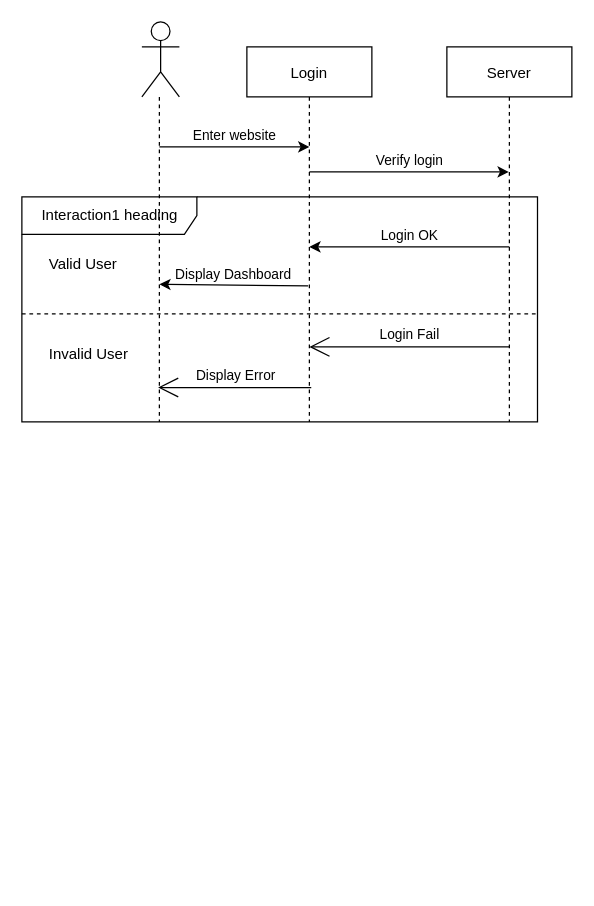
This is Sequence Diagram.drawio from nurulislamz/Django-Paper-Trading-App, a draw.io file, before an edit. Source tidied: cells renumbered, new cells numbered last; positions are measured from the earlier drawing's top-left corner, leaving out a move shared by most shapes. Both pictures are drawn from the tidied source at 125%, with x=0, y=0 at pixel (21, 21).
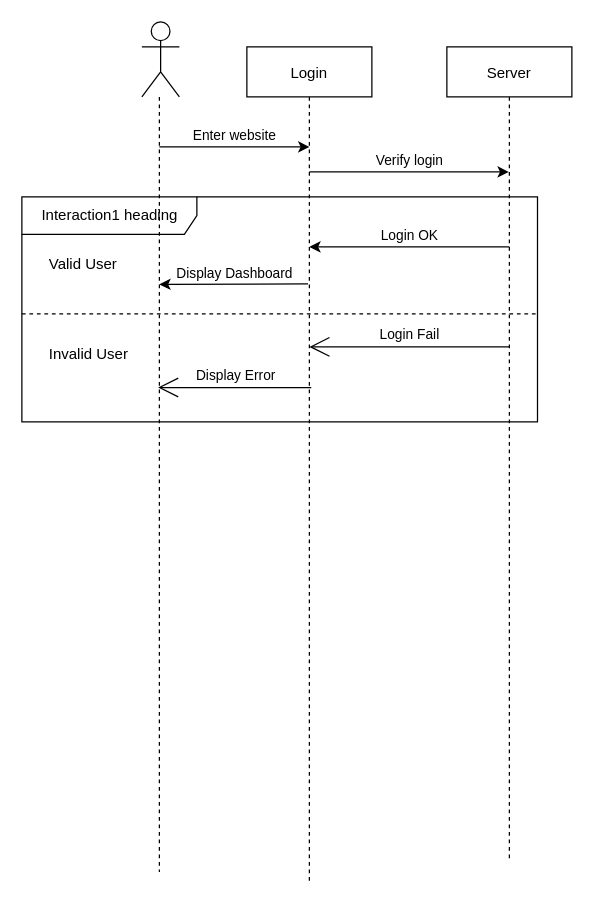
The same page after the edit.

Change to the diagram source:
```diff
@@
     <mxCell id="6" value="Login" style="shape=umlLifeline;perimeter=lifelinePerimeter;rounded=0;shadow=0;strokeWidth=1;" parent="1" vertex="1">
-      <mxGeometry x="180" y="20" width="100" height="300" as="geometry" />
+      <mxGeometry x="180" y="20" width="100" height="670" as="geometry" />
     </mxCell>
     <mxCell id="7" value="Server" style="shape=umlLifeline;perimeter=lifelinePerimeter;rounded=0;shadow=0;strokeWidth=1;" parent="1" vertex="1">
-      <mxGeometry x="340" y="20" width="100" height="300" as="geometry" />
+      <mxGeometry x="340" y="20" width="100" height="650" as="geometry" />
     </mxCell>
@@
     <mxCell id="10" style="endArrow=none;dashed=1;html=1;rounded=0;" parent="1" edge="1">
       <mxGeometry relative="1" as="geometry">
         <mxPoint x="110" y="60" as="sourcePoint" />
-        <mxPoint x="110" y="320" as="targetPoint" />
+        <mxPoint x="110" y="680" as="targetPoint" />
       </mxGeometry>
     </mxCell>
@@
-    <mxCell id="13" value="Display Dashboard" style="endArrow=classic;html=1;rounded=0;labelPosition=center;verticalLabelPosition=top;align=center;verticalAlign=bottom;exitX=0.49;exitY=0.637;exitDx=0;exitDy=0;exitPerimeter=0;" parent="1" edge="1" source="6">
+    <mxCell id="13" value="Display Dashboard" style="endArrow=classic;html=1;rounded=0;labelPosition=center;verticalLabelPosition=top;align=center;verticalAlign=bottom;exitX=0.489;exitY=0.283;exitDx=0;exitDy=0;exitPerimeter=0;" parent="1" edge="1" source="6">
       <mxGeometry relative="1" as="geometry">
         <mxPoint x="110" y="210" as="targetPoint" />
       </mxGeometry>
     </mxCell>
```
